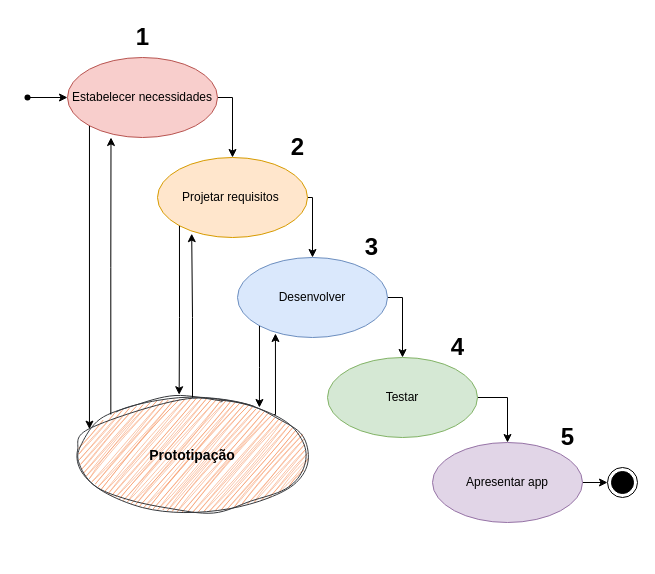
Earlier version of the draw.io diagram page "Página-1" (1 of 3) of Processo com modelos unificados.drawio (helloisasilva/Processo-de-engenharia-de-software-com-modelos-unificados-). Source tidied: cells renumbered, new cells numbered last; positions are measured from the earlier drawing's top-left corner, leaving out a move shared by most shapes. Both pictures are drawn from the tidied source at 100%, with x=0, y=0 at pixel (17, 17).
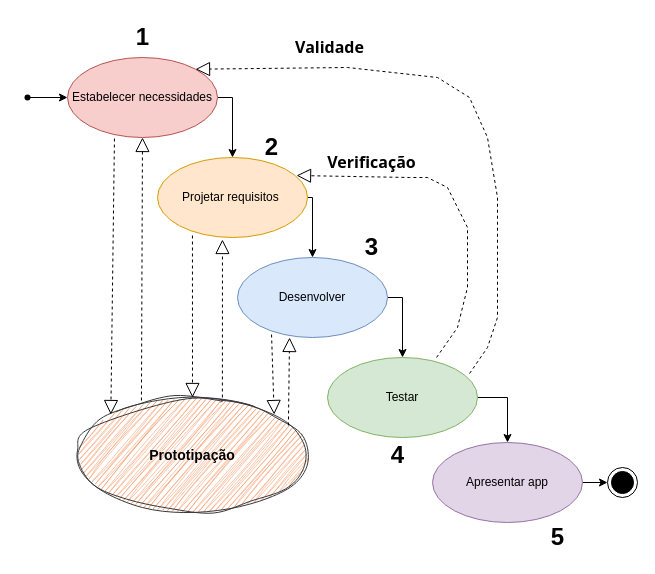
After the change.

The change refers to these unchanged cells:
```xml
<mxCell id="3" value="Estabelecer necessidades" style="ellipse;whiteSpace=wrap;html=1;fillColor=#f8cecc;strokeColor=#b85450;gradientColor=none;shadow=0;" parent="1" vertex="1">
  <mxGeometry x="50" y="40" width="150" height="80" as="geometry" />
</mxCell>
<mxCell id="7" value="Projetar requisitos&amp;nbsp;" style="ellipse;whiteSpace=wrap;html=1;fillColor=#ffe6cc;strokeColor=#d79b00;shadow=0;" parent="1" vertex="1">
  <mxGeometry x="140" y="140" width="150" height="80" as="geometry" />
</mxCell>
<mxCell id="9" value="Desenvolver" style="ellipse;whiteSpace=wrap;html=1;fillColor=#dae8fc;strokeColor=#6c8ebf;shadow=0;" parent="1" vertex="1">
  <mxGeometry x="220" y="240" width="150" height="80" as="geometry" />
</mxCell>
<mxCell id="11" value="Testar" style="ellipse;whiteSpace=wrap;html=1;fillColor=#d5e8d4;strokeColor=#82b366;shadow=0;" parent="1" vertex="1">
  <mxGeometry x="310" y="340" width="150" height="80" as="geometry" />
</mxCell>
<mxCell id="20" value="&lt;b&gt;&lt;font style=&quot;font-size: 14px;&quot;&gt;Prototipação&lt;/font&gt;&lt;/b&gt;" style="ellipse;whiteSpace=wrap;html=1;fillColor=#F58851;strokeColor=#36393d;sketch=1;curveFitting=1;jiggle=2;shadow=0;" parent="1" vertex="1">
  <mxGeometry x="60" y="380" width="230" height="115" as="geometry" />
</mxCell>
```

Diff of the diagram source:
```diff
@@
     <mxCell id="16" value="2" style="text;strokeColor=none;fillColor=none;html=1;fontSize=24;fontStyle=1;verticalAlign=middle;align=center;" parent="1" vertex="1">
-      <mxGeometry x="230" y="110" width="100" height="40" as="geometry" />
+      <mxGeometry x="204" y="110" width="100" height="40" as="geometry" />
     </mxCell>
     <mxCell id="17" value="5" style="text;strokeColor=none;fillColor=none;html=1;fontSize=24;fontStyle=1;verticalAlign=middle;align=center;" parent="1" vertex="1">
-      <mxGeometry x="500" y="400" width="100" height="40" as="geometry" />
+      <mxGeometry x="490" y="500" width="100" height="40" as="geometry" />
     </mxCell>
     <mxCell id="18" value="4" style="text;strokeColor=none;fillColor=none;html=1;fontSize=24;fontStyle=1;verticalAlign=middle;align=center;" parent="1" vertex="1">
-      <mxGeometry x="390" y="310" width="100" height="40" as="geometry" />
+      <mxGeometry x="330" y="417.5" width="100" height="40" as="geometry" />
     </mxCell>
@@
+    <mxCell id="27" value="&lt;span style=&quot;font-family: Söhne, ui-sans-serif, system-ui, -apple-system, &amp;quot;Segoe UI&amp;quot;, Roboto, Ubuntu, Cantarell, &amp;quot;Noto Sans&amp;quot;, sans-serif, &amp;quot;Helvetica Neue&amp;quot;, Arial, &amp;quot;Apple Color Emoji&amp;quot;, &amp;quot;Segoe UI Emoji&amp;quot;, &amp;quot;Segoe UI Symbol&amp;quot;, &amp;quot;Noto Color Emoji&amp;quot;; font-size: 16px; text-align: left; white-space-collapse: preserve;&quot;&gt;&lt;b&gt;Validade&lt;/b&gt;&lt;/span&gt;" style="text;html=1;strokeColor=none;fillColor=none;align=center;verticalAlign=middle;whiteSpace=wrap;overflow=hidden;" parent="1" vertex="1">
+      <mxGeometry x="255" y="10" width="115" height="40" as="geometry" />
+    </mxCell>
+    <mxCell id="28" value="&lt;span style=&quot;font-family: Söhne, ui-sans-serif, system-ui, -apple-system, &amp;quot;Segoe UI&amp;quot;, Roboto, Ubuntu, Cantarell, &amp;quot;Noto Sans&amp;quot;, sans-serif, &amp;quot;Helvetica Neue&amp;quot;, Arial, &amp;quot;Apple Color Emoji&amp;quot;, &amp;quot;Segoe UI Emoji&amp;quot;, &amp;quot;Segoe UI Symbol&amp;quot;, &amp;quot;Noto Color Emoji&amp;quot;; font-size: 16px; text-align: left; white-space-collapse: preserve;&quot;&gt;&lt;b&gt;Verificação&lt;/b&gt;&lt;/span&gt;" style="text;html=1;strokeColor=none;fillColor=none;align=center;verticalAlign=middle;whiteSpace=wrap;overflow=hidden;" parent="1" vertex="1">
+      <mxGeometry x="296.5" y="130" width="115" height="30" as="geometry" />
+    </mxCell>
+    <mxCell id="26" style="endArrow=block;dashed=1;endFill=0;endSize=12;html=1;rounded=0;fontFamily=Helvetica;fontSize=12;fontColor=#ffffff;exitX=0.278;exitY=0.026;exitDx=0;exitDy=0;exitPerimeter=0;entryX=0.5;entryY=1;entryDx=0;entryDy=0;" parent="1" edge="1" source="20" target="3">
+      <mxGeometry relative="1" as="geometry" />
+    </mxCell>
+    <mxCell id="25" style="endArrow=block;dashed=1;endFill=0;endSize=12;html=1;rounded=0;fontFamily=Helvetica;fontSize=12;fontColor=#ffffff;exitX=0.313;exitY=1.013;exitDx=0;exitDy=0;entryX=0;entryY=0;entryDx=0;entryDy=0;exitPerimeter=0;" parent="1" edge="1" source="3" target="20">
+      <mxGeometry relative="1" as="geometry" />
+    </mxCell>
+    <mxCell id="24" style="endArrow=block;dashed=1;endFill=0;endSize=12;html=1;rounded=0;fontFamily=Helvetica;fontSize=12;fontColor=#ffffff;entryX=0.433;entryY=1.025;entryDx=0;entryDy=0;entryPerimeter=0;exitX=0.63;exitY=0;exitDx=0;exitDy=0;exitPerimeter=0;" parent="1" edge="1" source="20" target="7">
+      <mxGeometry relative="1" as="geometry" />
+    </mxCell>
+    <mxCell id="23" style="endArrow=block;dashed=1;endFill=0;endSize=12;html=1;rounded=0;fontFamily=Helvetica;fontSize=12;fontColor=#ffffff;entryX=0.5;entryY=0;entryDx=0;entryDy=0;exitX=0.233;exitY=0.975;exitDx=0;exitDy=0;exitPerimeter=0;" parent="1" edge="1" source="7" target="20">
+      <mxGeometry relative="1" as="geometry" />
+    </mxCell>
+    <mxCell id="22" style="endArrow=block;dashed=1;endFill=0;endSize=12;html=1;rounded=0;fontFamily=Helvetica;fontSize=12;fontColor=#ffffff;exitX=0.917;exitY=0.243;exitDx=0;exitDy=0;exitPerimeter=0;entryX=0.347;entryY=1;entryDx=0;entryDy=0;entryPerimeter=0;" parent="1" edge="1" source="20" target="9">
+      <mxGeometry relative="1" as="geometry" />
+    </mxCell>
-    <mxCell id="21" style="edgeStyle=orthogonalEdgeStyle;rounded=0;jettySize=auto;html=1;exitX=0;exitY=1;exitDx=0;exitDy=0;entryX=0.791;entryY=0.087;entryDx=0;entryDy=0;entryPerimeter=0;fontFamily=Helvetica;fontSize=12;fontColor=#ffffff;" parent="1" edge="1" source="9" target="20">
+    <mxCell id="21" style="endArrow=block;dashed=1;endFill=0;endSize=12;html=1;rounded=0;fontFamily=Helvetica;fontSize=12;fontColor=#ffffff;entryX=1;entryY=0;entryDx=0;entryDy=0;exitX=0.227;exitY=0.963;exitDx=0;exitDy=0;exitPerimeter=0;" parent="1" edge="1" source="9" target="20">
       <mxGeometry relative="1" as="geometry" />
     </mxCell>
-    <mxCell id="22" style="edgeStyle=orthogonalEdgeStyle;rounded=0;jettySize=auto;html=1;exitX=1;exitY=0;exitDx=0;exitDy=0;entryX=0.253;entryY=0.95;entryDx=0;entryDy=0;entryPerimeter=0;fontFamily=Helvetica;fontSize=12;fontColor=#ffffff;" parent="1" edge="1" source="20" target="9">
-      <mxGeometry relative="1" as="geometry">
-        <Array as="points">
-          <mxPoint x="258" y="397" />
-        </Array>
-      </mxGeometry>
-    </mxCell>
-    <mxCell id="23" style="edgeStyle=orthogonalEdgeStyle;rounded=0;jettySize=auto;html=1;exitX=0;exitY=1;exitDx=0;exitDy=0;entryX=0.442;entryY=-0.024;entryDx=0;entryDy=0;entryPerimeter=0;fontFamily=Helvetica;fontSize=12;fontColor=#ffffff;" parent="1" edge="1" source="7" target="20">
-      <mxGeometry relative="1" as="geometry" />
-    </mxCell>
-    <mxCell id="24" style="edgeStyle=orthogonalEdgeStyle;rounded=0;jettySize=auto;html=1;entryX=0.228;entryY=0.952;entryDx=0;entryDy=0;entryPerimeter=0;fontFamily=Helvetica;fontSize=12;fontColor=#ffffff;" parent="1" edge="1" source="20" target="7">
-      <mxGeometry relative="1" as="geometry" />
-    </mxCell>
-    <mxCell id="25" style="edgeStyle=orthogonalEdgeStyle;rounded=0;jettySize=auto;html=1;exitX=0;exitY=1;exitDx=0;exitDy=0;entryX=0.052;entryY=0.275;entryDx=0;entryDy=0;entryPerimeter=0;fontFamily=Helvetica;fontSize=12;fontColor=#ffffff;" parent="1" edge="1" source="3" target="20">
-      <mxGeometry relative="1" as="geometry" />
-    </mxCell>
-    <mxCell id="26" style="edgeStyle=orthogonalEdgeStyle;rounded=0;jettySize=auto;html=1;exitX=0;exitY=0;exitDx=0;exitDy=0;entryX=0.29;entryY=1;entryDx=0;entryDy=0;entryPerimeter=0;fontFamily=Helvetica;fontSize=12;fontColor=#ffffff;" parent="1" edge="1" source="20" target="3">
-      <mxGeometry relative="1" as="geometry" />
-    </mxCell>
+    <mxCell id="29" style="endArrow=block;dashed=1;endFill=0;endSize=12;html=1;rounded=0;fontFamily=Helvetica;fontSize=12;fontColor=#ffffff;exitX=0.947;exitY=0.2;exitDx=0;exitDy=0;exitPerimeter=0;entryX=1;entryY=0;entryDx=0;entryDy=0;" parent="1" edge="1" source="11" target="3">
+      <mxGeometry relative="1" as="geometry">
+        <Array as="points">
+          <mxPoint x="470" y="330" />
+          <mxPoint x="480" y="300" />
+          <mxPoint x="480" y="240" />
+          <mxPoint x="480" y="180" />
+          <mxPoint x="470" y="120" />
+          <mxPoint x="452" y="80" />
+          <mxPoint x="420" y="60" />
+          <mxPoint x="330" y="50" />
+        </Array>
+      </mxGeometry>
+    </mxCell>
+    <mxCell id="30" style="endArrow=block;dashed=1;endFill=0;endSize=12;html=1;rounded=0;fontFamily=Helvetica;fontSize=12;fontColor=#ffffff;entryX=0.927;entryY=0.225;entryDx=0;entryDy=0;exitX=0.727;exitY=0;exitDx=0;exitDy=0;exitPerimeter=0;entryPerimeter=0;" parent="1" edge="1" source="11" target="7">
+      <mxGeometry relative="1" as="geometry">
+        <Array as="points">
+          <mxPoint x="440" y="310" />
+          <mxPoint x="450" y="270" />
+          <mxPoint x="450" y="240" />
+          <mxPoint x="450" y="210" />
+          <mxPoint x="440" y="190" />
+          <mxPoint x="430" y="170" />
+          <mxPoint x="410" y="160" />
+          <mxPoint x="392" y="160" />
+        </Array>
+      </mxGeometry>
+    </mxCell>
```
